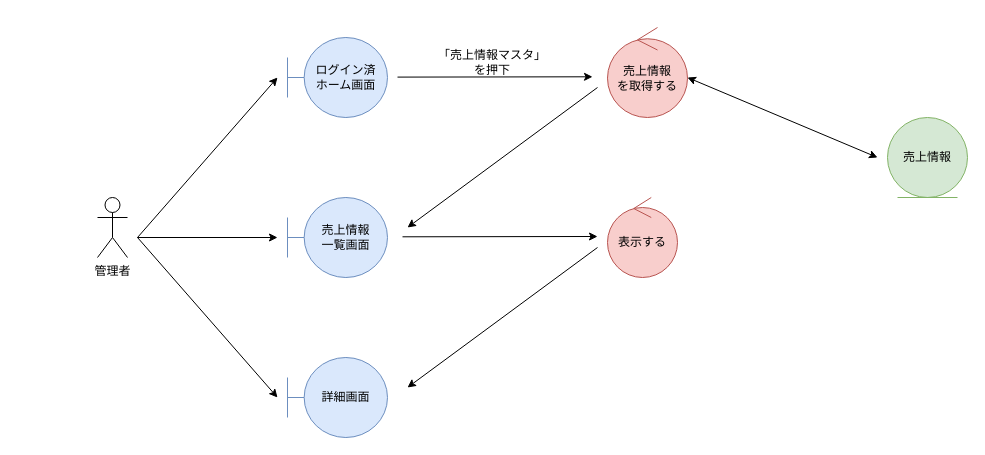
The draw.io diagram page "*売上情報管理_参照" (1 of 3) of 各種設計書/3ロバストネス図/マスタ管理/6.売上情報マスタ.drawio in HaruShim/Sotuken, before the edit. Source tidied: cells renumbered, new cells numbered last; positions are measured from the earlier drawing's top-left corner, leaving out a move shared by most shapes. Both pictures are drawn from the tidied source at 100%, with x=0, y=0 at pixel (97, 27).
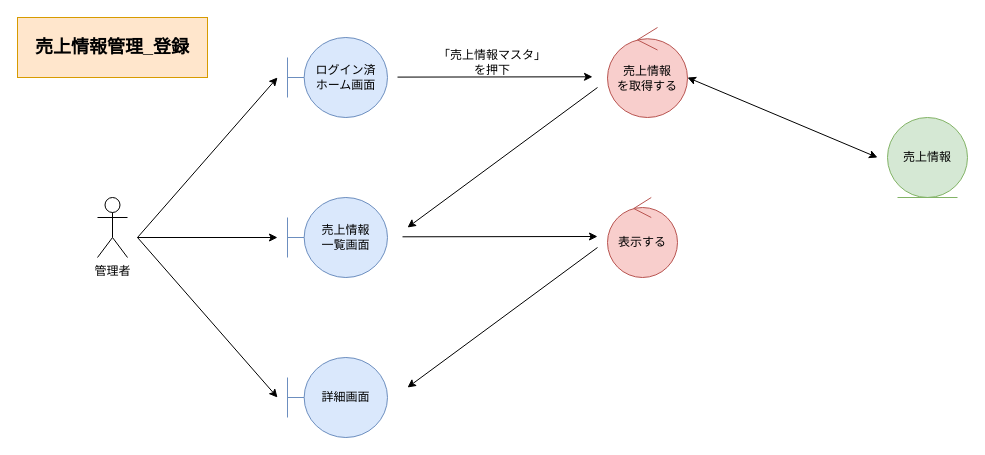
The same page after the edit.

What changed in the source:
```diff
@@
+    <mxCell id="18" value="売上情報管理_登録" style="rounded=0;whiteSpace=wrap;html=1;fillColor=#ffe6cc;strokeColor=#d79b00;fontStyle=1;fontSize=18;" parent="1" vertex="1">
+      <mxGeometry x="-80" y="-10" width="190" height="60" as="geometry" />
+    </mxCell>
```
